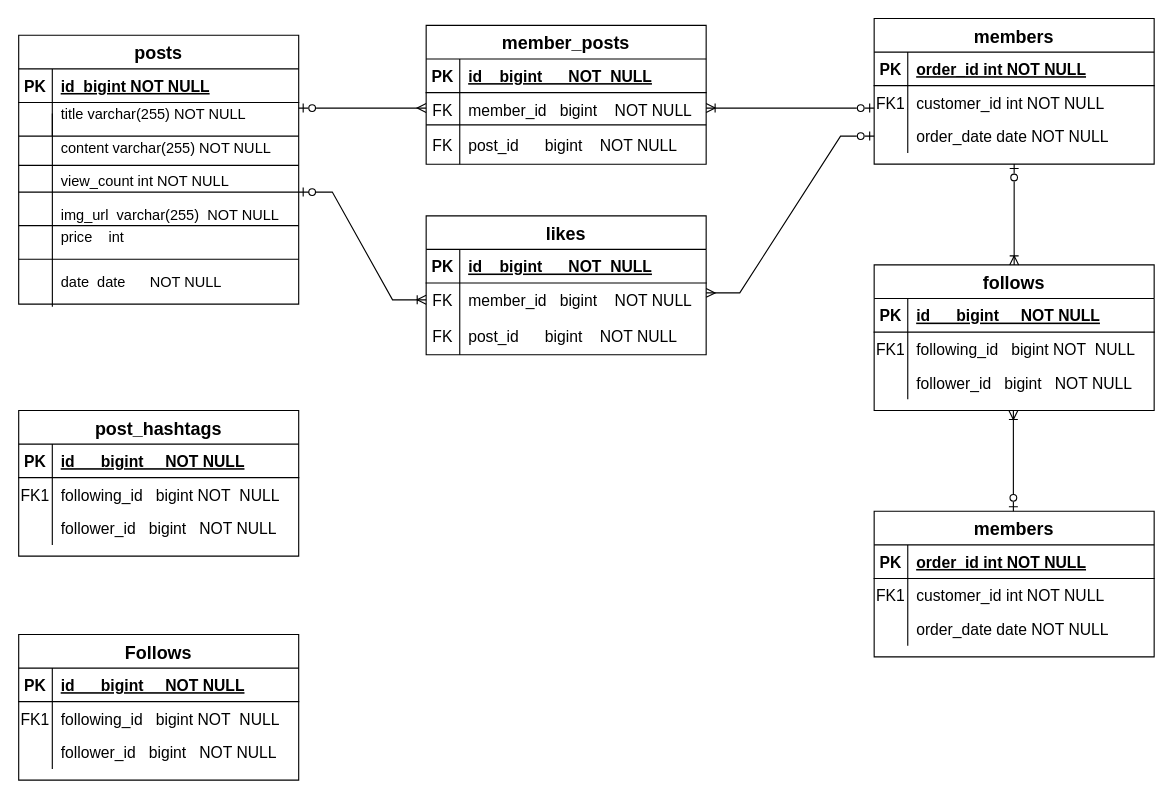
nhyun01/create-online-profile-card keeps this draw.io diagram as Untitled Diagram.drawio. Above is the earlier version. Source tidied: cells renumbered, new cells numbered last; positions are measured from the earlier drawing's top-left corner, leaving out a move shared by most shapes. Both pictures are drawn from the tidied source at 112%, with x=0, y=0 at pixel (-45, 18).
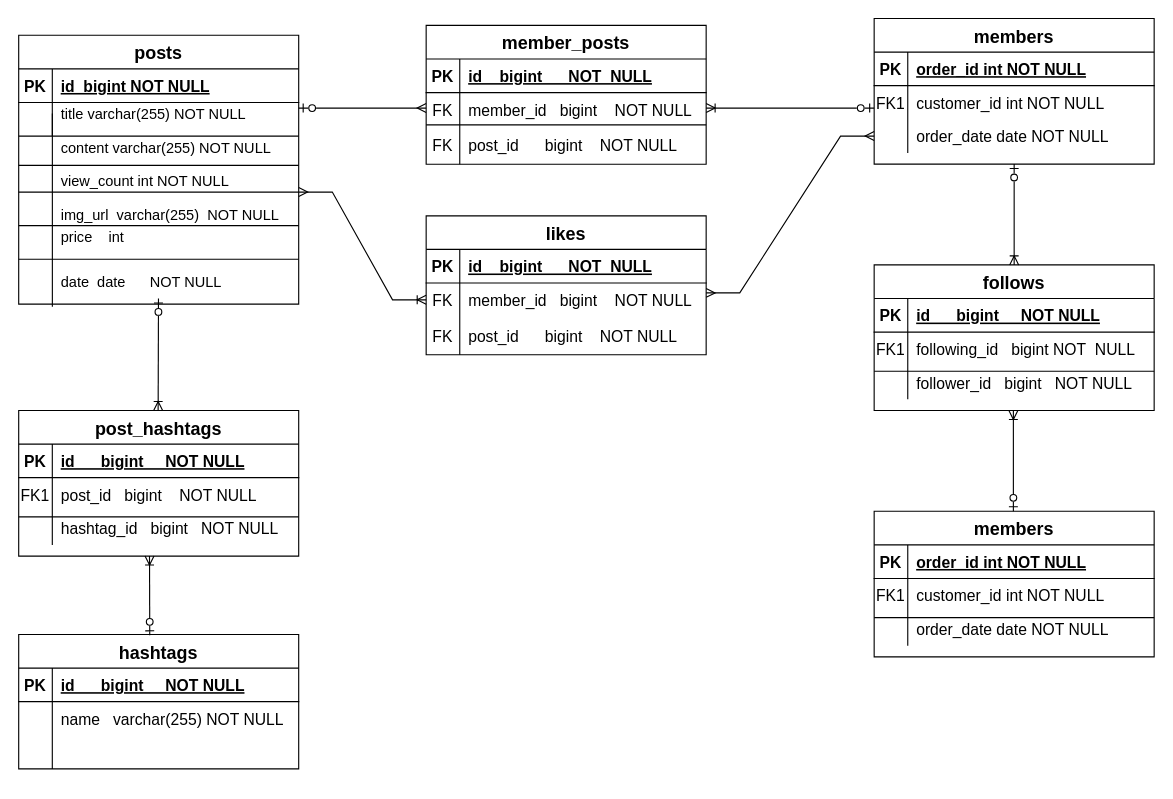
After the change.

The change refers to these unchanged cells:
```xml
<mxCell id="9" style="shape=partialRectangle;fillColor=none;points=[[0,0.5],[1,0.5]];portConstraint=eastwest;top=0;left=0;right=0;bottom=0;fontSize=14;" parent="2" vertex="1">
  <mxGeometry y="90" width="250" height="30" as="geometry" />
</mxCell>
<mxCell id="38" style="line;strokeWidth=1;html=1;fontSize=13;fillColor=none;" parent="1" vertex="1">
  <mxGeometry x="56.2" y="150" width="250" height="10" as="geometry" />
</mxCell>
<mxCell id="56" style="shape=partialRectangle;fillColor=none;points=[[0,0.5],[1,0.5]];portConstraint=eastwest;top=0;left=0;right=0;bottom=0;fontSize=14;" parent="52" vertex="1">
  <mxGeometry y="60" width="250" height="30" as="geometry" />
</mxCell>
<mxCell id="82" style="shape=partialRectangle;fillColor=none;top=0;left=0;right=0;bottom=0;fontSize=14;" parent="78" vertex="1">
  <mxGeometry y="60" width="250" height="30" as="geometry" />
</mxCell>
<mxCell id="85" style="shape=partialRectangle;fillColor=none;top=0;left=0;right=0;bottom=0;fontSize=14;" parent="78" vertex="1">
  <mxGeometry y="90" width="250" height="30" as="geometry" />
</mxCell>
<mxCell id="92" style="shape=partialRectangle;fillColor=none;top=0;left=0;right=0;bottom=0;fontSize=14;" parent="88" vertex="1">
  <mxGeometry y="60" width="250" height="30" as="geometry" />
</mxCell>
<mxCell id="95" style="shape=partialRectangle;fillColor=none;top=0;left=0;right=0;bottom=0;fontSize=14;" parent="88" vertex="1">
  <mxGeometry y="90" width="250" height="30" as="geometry" />
</mxCell>
```

Diff of the diagram source:
```diff
@@
-    <mxCell id="62" style="edgeStyle=entityRelationEdgeStyle;fontSize=12;html=1;endArrow=ERoneToMany;startArrow=ERzeroToOne;rounded=0;exitX=1;exitY=0.5;exitDx=0;exitDy=0;exitPerimeter=0;entryX=0;entryY=0.5;entryDx=0;entryDy=0;" parent="1" edge="1" source="38" target="56">
+    <mxCell id="62" style="edgeStyle=entityRelationEdgeStyle;fontSize=12;html=1;endArrow=ERoneToMany;startArrow=ERmany;rounded=0;exitX=1;exitY=0.5;exitDx=0;exitDy=0;exitPerimeter=0;entryX=0;entryY=0.5;entryDx=0;entryDy=0;startFill=0;" parent="1" edge="1" source="38" target="56">
       <mxGeometry relative="1" as="geometry" />
     </mxCell>
@@
-    <mxCell id="65" style="edgeStyle=entityRelationEdgeStyle;fontSize=12;html=1;endArrow=ERzeroToOne;startArrow=ERmany;rounded=0;startFill=0;endFill=0;entryX=0;entryY=0.5;entryDx=0;entryDy=0;" parent="1" edge="1" target="9">
+    <mxCell id="65" style="edgeStyle=entityRelationEdgeStyle;fontSize=12;html=1;endArrow=ERmany;startArrow=ERmany;rounded=0;startFill=0;endFill=0;entryX=0;entryY=0.5;entryDx=0;entryDy=0;" parent="1" edge="1" target="9">
       <mxGeometry relative="1" as="geometry">
         <mxPoint x="670" y="245" as="sourcePoint" />
       </mxGeometry>
     </mxCell>
@@
-    <mxCell id="84" value="following_id   bigint NOT  NULL" style="shape=partialRectangle;overflow=hidden;fillColor=none;top=0;left=0;bottom=0;right=0;align=left;spacingLeft=6;fontSize=14;" parent="82" vertex="1">
+    <mxCell id="84" value="post_id   bigint    NOT NULL" style="shape=partialRectangle;overflow=hidden;fillColor=none;top=0;left=0;bottom=0;right=0;align=left;spacingLeft=6;fontSize=14;" parent="82" vertex="1">
       <mxGeometry x="30" width="220" height="30" as="geometry" />
     </mxCell>
@@
-    <mxCell id="87" value="follower_id   bigint   NOT NULL" style="shape=partialRectangle;overflow=hidden;fillColor=none;top=0;left=0;bottom=0;right=0;align=left;spacingLeft=6;fontSize=14;" parent="85" vertex="1">
+    <mxCell id="87" value="hashtag_id   bigint   NOT NULL" style="shape=partialRectangle;overflow=hidden;fillColor=none;top=0;left=0;bottom=0;right=0;align=left;spacingLeft=6;fontSize=14;" parent="85" vertex="1">
       <mxGeometry x="30" width="220" height="30" as="geometry" />
     </mxCell>
-    <mxCell id="88" value="Follows" style="shape=table;startSize=30;childLayout=tableLayout;rowLines=0;fontStyle=1;align=center;fontSize=16;" parent="1" vertex="1">
-      <mxGeometry x="56.2" y="550" width="250" height="130" as="geometry" />
+    <mxCell id="88" value="hashtags" style="shape=table;startSize=30;childLayout=tableLayout;rowLines=0;fontStyle=1;align=center;fontSize=16;" parent="1" vertex="1">
+      <mxGeometry x="56.2" y="550" width="250" height="120" as="geometry" />
     </mxCell>
@@
-    <mxCell id="93" value="FK1" style="shape=partialRectangle;overflow=hidden;fillColor=none;top=0;left=0;bottom=0;right=0;fontSize=14;" parent="92" vertex="1">
+    <mxCell id="93" style="shape=partialRectangle;overflow=hidden;fillColor=none;top=0;left=0;bottom=0;right=0;fontSize=14;" parent="92" vertex="1">
       <mxGeometry width="30" height="30" as="geometry" />
     </mxCell>
-    <mxCell id="94" value="following_id   bigint NOT  NULL" style="shape=partialRectangle;overflow=hidden;fillColor=none;top=0;left=0;bottom=0;right=0;align=left;spacingLeft=6;fontSize=14;" parent="92" vertex="1">
+    <mxCell id="94" value="name   varchar(255) NOT NULL" style="shape=partialRectangle;overflow=hidden;fillColor=none;top=0;left=0;bottom=0;right=0;align=left;spacingLeft=6;fontSize=14;" parent="92" vertex="1">
       <mxGeometry x="30" width="220" height="30" as="geometry" />
     </mxCell>
@@
-    <mxCell id="97" value="follower_id   bigint   NOT NULL" style="shape=partialRectangle;overflow=hidden;fillColor=none;top=0;left=0;bottom=0;right=0;align=left;spacingLeft=6;fontSize=14;" parent="95" vertex="1">
+    <mxCell id="97" style="shape=partialRectangle;overflow=hidden;fillColor=none;top=0;left=0;bottom=0;right=0;align=left;spacingLeft=6;fontSize=14;" parent="95" vertex="1">
       <mxGeometry x="30" width="220" height="30" as="geometry" />
     </mxCell>
+    <mxCell id="98" style="line;strokeWidth=1;html=1;fontSize=13;fillColor=none;" parent="1" vertex="1">
+      <mxGeometry x="56.2" y="440" width="250" height="10" as="geometry" />
+    </mxCell>
+    <mxCell id="99" style="line;strokeWidth=1;html=1;fontSize=13;fillColor=none;" parent="1" vertex="1">
+      <mxGeometry x="820" y="530" width="250" height="10" as="geometry" />
+    </mxCell>
+    <mxCell id="100" style="line;strokeWidth=1;html=1;fontSize=13;fillColor=none;" parent="1" vertex="1">
+      <mxGeometry x="820" y="310" width="250" height="10" as="geometry" />
+    </mxCell>
+    <mxCell id="101" style="fontSize=12;html=1;endArrow=ERzeroToOne;startArrow=ERoneToMany;rounded=0;exitX=0.5;exitY=0;exitDx=0;exitDy=0;startFill=0;endFill=0;" parent="1" edge="1">
+      <mxGeometry relative="1" as="geometry">
+        <mxPoint x="180.7" y="350" as="sourcePoint" />
+        <mxPoint x="181" y="250" as="targetPoint" />
+      </mxGeometry>
+    </mxCell>
+    <mxCell id="102" style="fontSize=12;html=1;endArrow=ERoneToMany;startArrow=ERzeroToOne;rounded=0;startFill=0;endFill=0;exitX=0.468;exitY=0.006;exitDx=0;exitDy=0;exitPerimeter=0;" parent="1" edge="1" source="88">
+      <mxGeometry relative="1" as="geometry">
+        <mxPoint x="173" y="480" as="targetPoint" />
+      </mxGeometry>
+    </mxCell>
```
